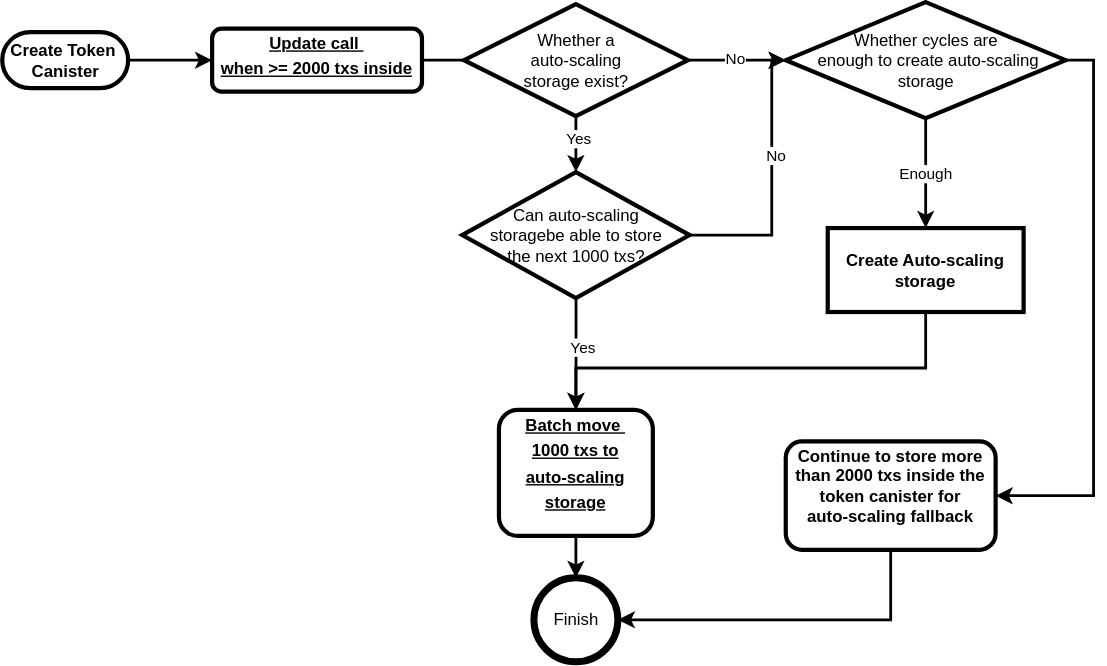
Above: static/img/AutoScalingStorage.svg in Deland-Labs/DFT-Standard-Tutorial (draw.io), before the change. Source tidied: cells renumbered, new cells last; positions are measured from the earlier drawing's top-left corner, leaving out a move shared by most shapes.
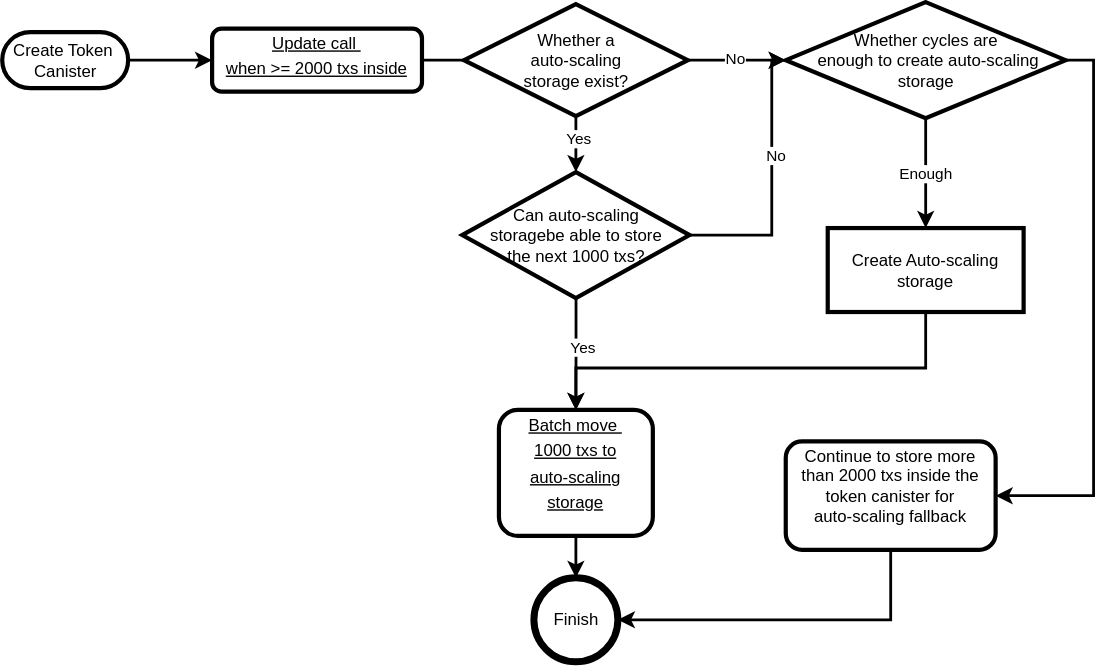
The same file after the commit.

Change to the diagram source:
```diff
@@ -2,13 +2,13 @@
   <root>
     <mxCell id="0" />
     <mxCell id="1" parent="0" />
-    <mxCell id="2" value="&lt;p style=&quot;margin: 0px ; margin-top: 4px ; text-align: center ; text-decoration: underline&quot;&gt;Update call&amp;nbsp;&lt;/p&gt;&lt;p style=&quot;margin: 0px ; margin-top: 4px ; text-align: center ; text-decoration: underline&quot;&gt;when &amp;gt;= 2000 txs inside&lt;br&gt;&lt;br&gt;&lt;/p&gt;" style="verticalAlign=middle;align=center;overflow=fill;fontSize=12;fontFamily=Helvetica;html=1;rounded=1;fontStyle=1;strokeWidth=3;fillColor=none;" parent="1" vertex="1">
+    <mxCell id="2" value="&lt;p style=&quot;margin: 0px ; margin-top: 4px ; text-align: center ; text-decoration: underline&quot;&gt;Update call&amp;nbsp;&lt;/p&gt;&lt;p style=&quot;margin: 0px ; margin-top: 4px ; text-align: center ; text-decoration: underline&quot;&gt;when &amp;gt;= 2000 txs inside&lt;br&gt;&lt;br&gt;&lt;/p&gt;" style="verticalAlign=middle;align=center;overflow=fill;fontSize=12;fontFamily=Helvetica;html=1;rounded=1;fontStyle=0;strokeWidth=3;fillColor=none;" parent="1" vertex="1">
       <mxGeometry x="150" y="19" width="150" height="45" as="geometry" />
     </mxCell>
     <mxCell id="3" style="edgeStyle=orthogonalEdgeStyle;rounded=0;jettySize=auto;html=1;strokeWidth=2;" parent="1" edge="1" source="4" target="24">
       <mxGeometry relative="1" as="geometry" />
     </mxCell>
-    <mxCell id="4" value="&lt;p style=&quot;margin: 0px ; margin-top: 4px ; text-align: center ; text-decoration: underline&quot;&gt;Batch move&amp;nbsp;&lt;/p&gt;&lt;p style=&quot;margin: 0px ; margin-top: 4px ; text-align: center ; text-decoration: underline&quot;&gt;1000 txs to&lt;/p&gt;&lt;p style=&quot;margin: 0px ; margin-top: 4px ; text-align: center ; text-decoration: underline&quot;&gt;auto-scaling&lt;/p&gt;&lt;p style=&quot;margin: 0px ; margin-top: 4px ; text-align: center ; text-decoration: underline&quot;&gt;storage&lt;/p&gt;" style="verticalAlign=middle;align=center;overflow=fill;fontSize=12;fontFamily=Helvetica;html=1;rounded=1;fontStyle=1;strokeWidth=3;fillColor=none;" parent="1" vertex="1">
+    <mxCell id="4" value="&lt;p style=&quot;margin: 0px ; margin-top: 4px ; text-align: center ; text-decoration: underline&quot;&gt;Batch move&amp;nbsp;&lt;/p&gt;&lt;p style=&quot;margin: 0px ; margin-top: 4px ; text-align: center ; text-decoration: underline&quot;&gt;1000 txs to&lt;/p&gt;&lt;p style=&quot;margin: 0px ; margin-top: 4px ; text-align: center ; text-decoration: underline&quot;&gt;auto-scaling&lt;/p&gt;&lt;p style=&quot;margin: 0px ; margin-top: 4px ; text-align: center ; text-decoration: underline&quot;&gt;storage&lt;/p&gt;" style="verticalAlign=middle;align=center;overflow=fill;fontSize=12;fontFamily=Helvetica;html=1;rounded=1;fontStyle=0;strokeWidth=3;fillColor=none;" parent="1" vertex="1">
       <mxGeometry x="355" y="291.5" width="110" height="90" as="geometry" />
     </mxCell>
     <mxCell id="5" style="edgeStyle=orthogonalEdgeStyle;rounded=0;jettySize=auto;html=1;strokeWidth=2;exitX=0.5;exitY=1;exitDx=0;exitDy=0;" parent="1" edge="1" source="6">
@@ -20,7 +20,7 @@
         </Array>
       </mxGeometry>
     </mxCell>
-    <mxCell id="6" value="Create Auto-scaling storage" style="whiteSpace=wrap;align=center;verticalAlign=middle;fontStyle=1;strokeWidth=3;fillColor=none;" parent="1" vertex="1">
+    <mxCell id="6" value="Create Auto-scaling storage" style="whiteSpace=wrap;align=center;verticalAlign=middle;fontStyle=0;strokeWidth=3;fillColor=none;" parent="1" vertex="1">
       <mxGeometry x="590" y="161.5" width="140" height="60" as="geometry" />
     </mxCell>
     <mxCell id="7" style="edgeStyle=none;noEdgeStyle=1;strokeWidth=2;fillColor=none;entryX=0;entryY=0.5;entryDx=0;entryDy=0;exitX=1;exitY=0.5;exitDx=0;exitDy=0;startArrow=none;" parent="1" edge="1" source="16" target="13">
@@ -84,16 +84,16 @@
     <mxCell id="22" value="Can auto-scaling &lt;br&gt;storagebe able to store &lt;br&gt;the next 1000 txs?" style="shape=rhombus;html=1;dashed=0;whitespace=wrap;perimeter=rhombusPerimeter;strokeWidth=3;" parent="1" vertex="1">
       <mxGeometry x="328.8" y="121.5" width="162.5" height="90" as="geometry" />
     </mxCell>
-    <mxCell id="23" value="&lt;span style=&quot;font-weight: 700&quot;&gt;Create Token&amp;nbsp;&lt;/span&gt;&lt;br style=&quot;padding: 0px ; margin: 0px ; font-weight: 700&quot;&gt;&lt;span style=&quot;font-weight: 700&quot;&gt;Canister&lt;/span&gt;" style="html=1;dashed=0;whitespace=wrap;shape=mxgraph.dfd.start;strokeWidth=3;" parent="1" vertex="1">
+    <mxCell id="23" value="&lt;span style=&quot;&quot;&gt;Create Token&amp;nbsp;&lt;/span&gt;&lt;br style=&quot;padding: 0px; margin: 0px;&quot;&gt;&lt;span style=&quot;&quot;&gt;Canister&lt;/span&gt;" style="html=1;dashed=0;whitespace=wrap;shape=mxgraph.dfd.start;strokeWidth=3;fontStyle=0;" parent="1" vertex="1">
       <mxGeometry y="21.5" width="90" height="40" as="geometry" />
     </mxCell>
-    <mxCell id="24" value="Finish" style="shape=ellipse;html=1;dashed=0;whitespace=wrap;strokeWidth=5;perimeter=ellipsePerimeter;" parent="1" vertex="1">
+    <mxCell id="24" value="Finish" style="shape=ellipse;html=1;dashed=0;whitespace=wrap;strokeWidth=5;perimeter=ellipsePerimeter;fontStyle=0;" parent="1" vertex="1">
       <mxGeometry x="380" y="411.5" width="60" height="60" as="geometry" />
     </mxCell>
     <mxCell id="25" style="edgeStyle=orthogonalEdgeStyle;rounded=0;jettySize=auto;html=1;strokeWidth=2;entryX=1;entryY=0.5;entryDx=0;entryDy=0;exitX=0.5;exitY=1;exitDx=0;exitDy=0;" parent="1" edge="1" source="26" target="24">
       <mxGeometry relative="1" as="geometry" />
     </mxCell>
-    <mxCell id="26" value="&lt;p style=&quot;font-family: &amp;#34;helvetica&amp;#34; ; margin: 4px 0px 0px&quot;&gt;&lt;/p&gt;&lt;font face=&quot;helvetica&quot;&gt;Continue to store more &lt;br&gt;than 2000 txs inside the &lt;br&gt;token canister for &lt;br&gt;auto-scaling fallback&lt;/font&gt;" style="verticalAlign=middle;align=center;overflow=fill;fontSize=12;fontFamily=Helvetica;html=1;rounded=1;fontStyle=1;strokeWidth=3;fillColor=none;" parent="1" vertex="1">
+    <mxCell id="26" value="&lt;p style=&quot;font-family: &amp;quot;helvetica&amp;quot; ; margin: 4px 0px 0px&quot;&gt;&lt;/p&gt;&lt;font face=&quot;helvetica&quot;&gt;Continue to store more &lt;br&gt;than 2000 txs inside the &lt;br&gt;token canister for &lt;br&gt;auto-scaling fallback&lt;/font&gt;" style="verticalAlign=middle;align=center;overflow=fill;fontSize=12;fontFamily=Helvetica;html=1;rounded=1;fontStyle=0;strokeWidth=3;fillColor=none;" parent="1" vertex="1">
       <mxGeometry x="560" y="314" width="150" height="77.5" as="geometry" />
     </mxCell>
   </root>
```
